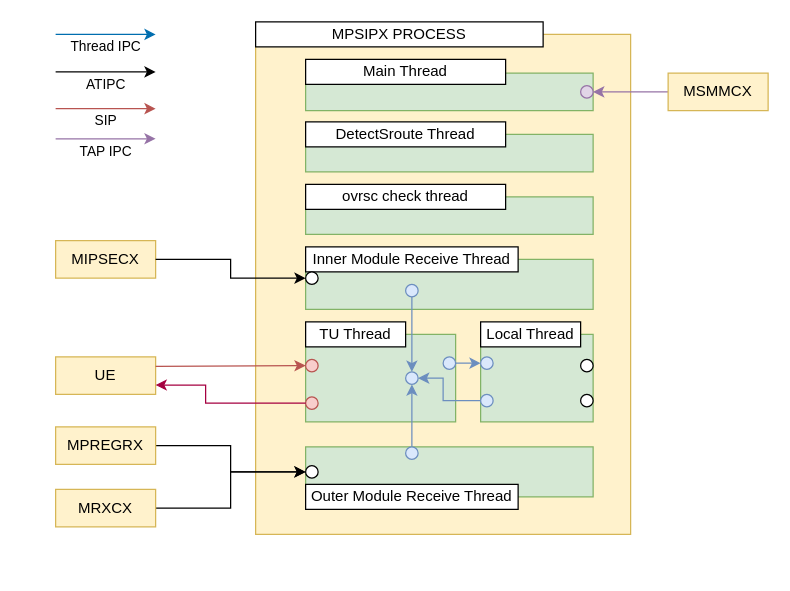
JaeHyeon774/NEWTIL keeps this draw.io diagram as page "MPSIPX" (1 of 5) of MPSIPX.drawio. Above is the earlier version. Source tidied: cells renumbered, new cells numbered last; positions are measured from the earlier drawing's top-left corner, leaving out a move shared by most shapes. Both pictures are drawn from the tidied source at 125%, with x=0, y=0 at pixel (55, 21).
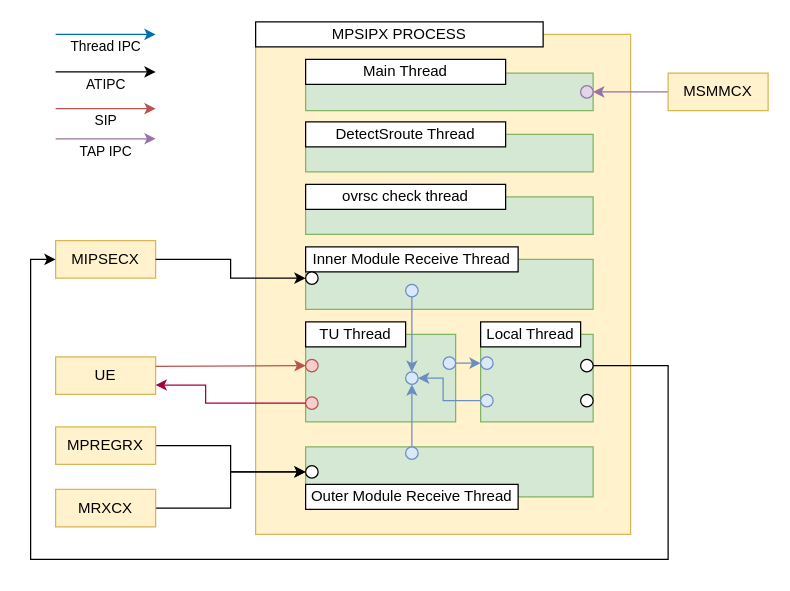
Above is the later version.

Unchanged cells that the change refers to:
```xml
<mxCell id="12" value="MIPSECX" style="rounded=0;whiteSpace=wrap;html=1;fillColor=#fff2cc;strokeColor=#d6b656;" parent="1" vertex="1">
  <mxGeometry y="175" width="80" height="30" as="geometry" />
</mxCell>
<mxCell id="39" style="ellipse;whiteSpace=wrap;html=1;" parent="1" vertex="1">
  <mxGeometry x="420" y="270" width="10" height="10" as="geometry" />
</mxCell>
```

The edit, as a diff of the source:
```diff
@@
+    <mxCell id="50" style="edgeStyle=orthogonalEdgeStyle;rounded=0;jettySize=auto;html=1;exitX=1;exitY=0.5;exitDx=0;exitDy=0;entryX=0;entryY=0.5;entryDx=0;entryDy=0;" parent="1" edge="1" source="39" target="12">
+      <mxGeometry relative="1" as="geometry">
+        <Array as="points">
+          <mxPoint x="490" y="275" />
+          <mxPoint x="490" y="430" />
+          <mxPoint x="-20" y="430" />
+          <mxPoint x="-20" y="190" />
+        </Array>
+      </mxGeometry>
+    </mxCell>
```
